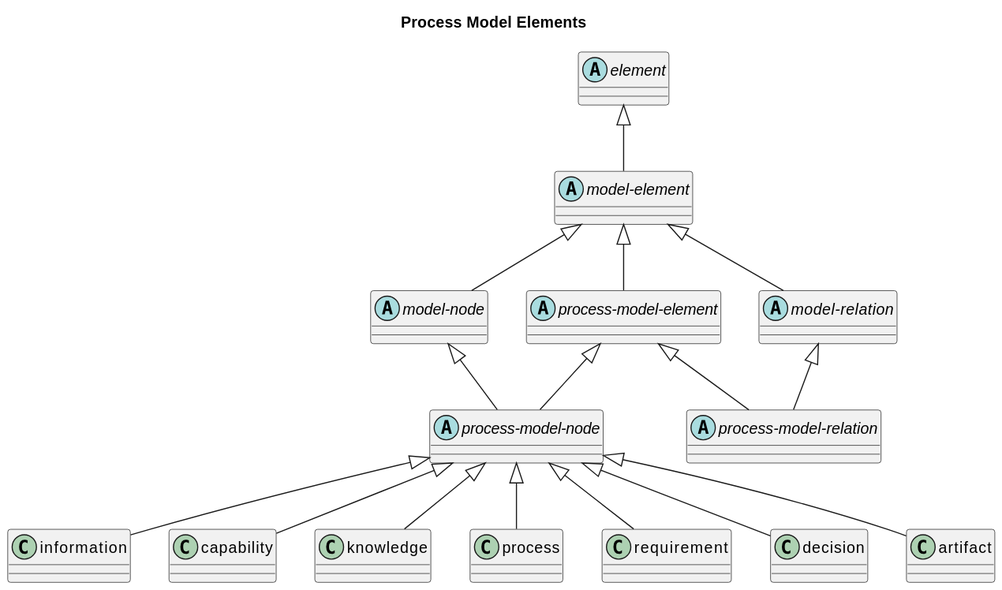
Earlier version of the PlantUML export doc/images/overarch/data-model/process-model-elements.svg (soulspace-org/overarch).
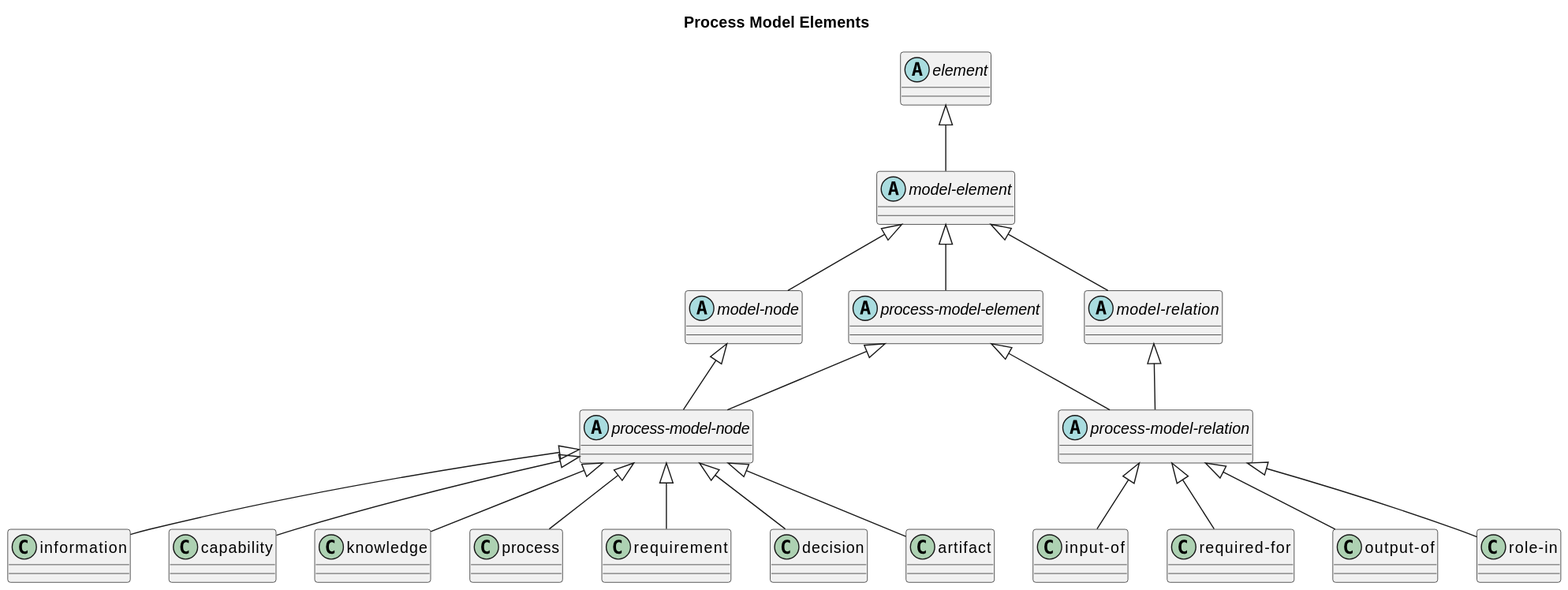
Later version of the same file.

Commit message:
updated data model diagrams for organization and process model

Diff of the diagram source:
```diff
@@ -3,12 +3,16 @@
 
 abstract class "element" as overarch_dataModel_element {}
 class "information" as overarch_dataModel_information {}
+class "input-of" as overarch_dataModel_inputOf {}
 abstract class "process-model-element" as overarch_dataModel_processModelElement {}
 class "capability" as overarch_dataModel_capability {}
 class "knowledge" as overarch_dataModel_knowledge {}
+class "required-for" as overarch_dataModel_requiredFor {}
 abstract class "process-model-node" as overarch_dataModel_processModelNode {}
 abstract class "process-model-relation" as overarch_dataModel_processModelRelation {}
+class "output-of" as overarch_dataModel_outputOf {}
 class "process" as overarch_dataModel_process {}
+class "role-in" as overarch_dataModel_roleIn {}
 abstract class "model-node" as overarch_dataModel_modelNode {}
 class "requirement" as overarch_dataModel_requirement {}
 abstract class "model-relation" as overarch_dataModel_modelRelation {}
@@ -18,6 +22,7 @@
 overarch_dataModel_modelNode <|-- overarch_dataModel_processModelNode
 overarch_dataModel_processModelNode <|-- overarch_dataModel_knowledge
 overarch_dataModel_element <|-- overarch_dataModel_modelElement
+overarch_dataModel_processModelRelation <|-- overarch_dataModel_inputOf
 overarch_dataModel_processModelNode <|-- overarch_dataModel_information
 overarch_dataModel_modelRelation <|-- overarch_dataModel_processModelRelation
 overarch_dataModel_modelElement <|-- overarch_dataModel_modelNode
@@ -26,8 +31,11 @@
 overarch_dataModel_modelElement <|-- overarch_dataModel_processModelElement
 overarch_dataModel_processModelNode <|-- overarch_dataModel_decision
 overarch_dataModel_modelElement <|-- overarch_dataModel_modelRelation
+overarch_dataModel_processModelRelation <|-- overarch_dataModel_roleIn
 overarch_dataModel_processModelNode <|-- overarch_dataModel_requirement
+overarch_dataModel_processModelRelation <|-- overarch_dataModel_requiredFor
 overarch_dataModel_processModelNode <|-- overarch_dataModel_capability
 overarch_dataModel_processModelElement <|-- overarch_dataModel_processModelRelation
 overarch_dataModel_processModelNode <|-- overarch_dataModel_artifact
+overarch_dataModel_processModelRelation <|-- overarch_dataModel_outputOf
 @enduml
```
